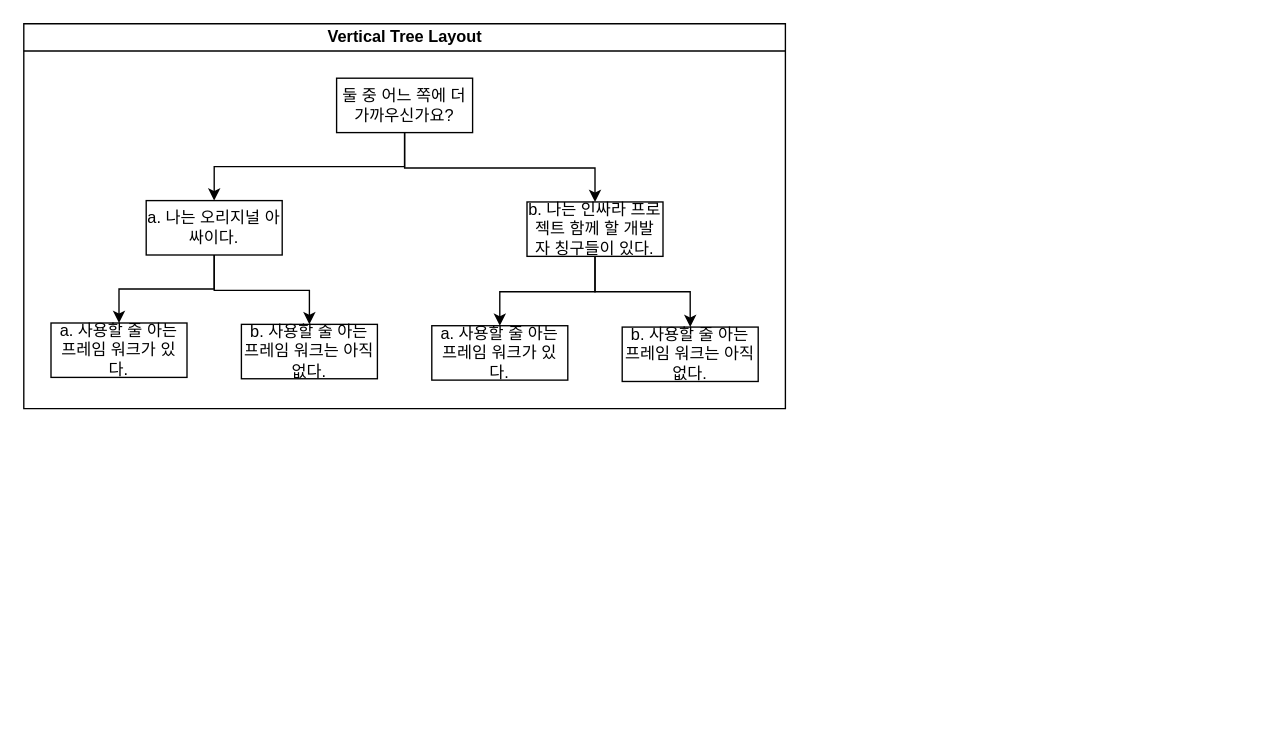
seonjakim/side_project keeps this draw.io diagram as src/question.drawio. Above is the earlier version. Source tidied: cells renumbered, new cells numbered last; positions are measured from the earlier drawing's top-left corner, leaving out a move shared by most shapes. Both pictures are drawn from the tidied source at 136%, with x=0, y=0 at pixel (23, 23).
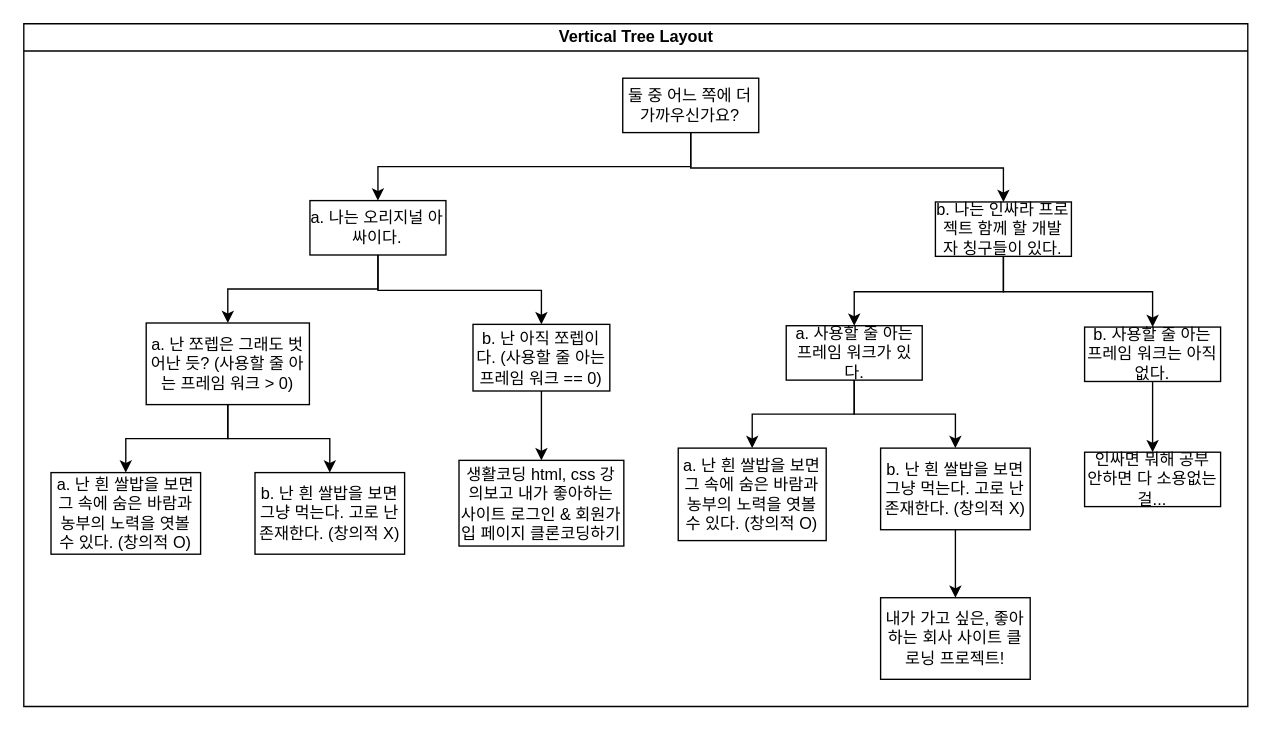
After the change.

The edit, as a diff of the source:
```diff
@@
     <mxCell id="2" value="Vertical Tree Layout" style="swimlane;html=1;startSize=20;horizontal=1;horizontalTree=0;containerType=tree;" parent="1" vertex="1">
-      <mxGeometry width="560" height="283" as="geometry" />
+      <mxGeometry width="900" height="502" as="geometry" />
     </mxCell>
     <mxCell id="3" value="둘 중 어느 쪽에 더 가까우신가요?" style="whiteSpace=wrap;html=1;" parent="2" vertex="1">
-      <mxGeometry x="230" y="40" width="100" height="40" as="geometry" />
+      <mxGeometry x="440.4" y="40" width="100" height="40" as="geometry" />
     </mxCell>
     <mxCell id="4" value="a. 나는 오리지널 아싸이다." style="whiteSpace=wrap;html=1;" parent="2" vertex="1">
-      <mxGeometry x="90" y="130" width="100" height="40" as="geometry" />
+      <mxGeometry x="210.4" y="130" width="100" height="40" as="geometry" />
     </mxCell>
@@
     <mxCell id="6" value="b. 나는 인싸라 프로젝트 함께 할 개발자 칭구들이 있다." style="whiteSpace=wrap;html=1;" parent="2" vertex="1">
-      <mxGeometry x="370" y="131" width="100" height="40" as="geometry" />
+      <mxGeometry x="670.3" y="131" width="100" height="40" as="geometry" />
     </mxCell>
@@
-    <mxCell id="9" value="a. 사용할 줄 아는 프레임 워크가 있다." style="whiteSpace=wrap;html=1;" parent="2" vertex="1">
-      <mxGeometry x="20" y="220" width="100" height="40" as="geometry" />
+    <mxCell id="9" value="a. 난 쪼렙은 그래도 벗어난 듯? (사용할 줄 아는 프레임 워크 &amp;gt; 0)" style="whiteSpace=wrap;html=1;" parent="2" vertex="1">
+      <mxGeometry x="90" y="220" width="120" height="60" as="geometry" />
     </mxCell>
@@
-    <mxCell id="11" value="b. 사용할 줄 아는 프레임 워크는 아직 없다." style="whiteSpace=wrap;html=1;" parent="2" vertex="1">
-      <mxGeometry x="160" y="221" width="100" height="40" as="geometry" />
+    <mxCell id="11" value="b. 난 아직 쪼렙이다. (사용할 줄 아는 프레임 워크 == 0)" style="whiteSpace=wrap;html=1;" parent="2" vertex="1">
+      <mxGeometry x="330.3" y="221" width="100.6" height="49" as="geometry" />
     </mxCell>
@@
     <mxCell id="13" value="a. 사용할 줄 아는 프레임 워크가 있다." style="whiteSpace=wrap;html=1;" parent="2" vertex="1">
-      <mxGeometry x="300" y="222" width="100" height="40" as="geometry" />
+      <mxGeometry x="560.6" y="222" width="100" height="40" as="geometry" />
     </mxCell>
@@
     <mxCell id="15" value="b. 사용할 줄 아는 프레임 워크는 아직 없다." style="whiteSpace=wrap;html=1;" parent="2" vertex="1">
-      <mxGeometry x="440" y="223" width="100" height="40" as="geometry" />
+      <mxGeometry x="780" y="223" width="100" height="40" as="geometry" />
     </mxCell>
+    <mxCell id="16" style="edgeStyle=elbowEdgeStyle;elbow=vertical;html=1;rounded=0;" parent="2" edge="1" source="11" target="17">
+      <mxGeometry relative="1" as="geometry" />
+    </mxCell>
+    <mxCell id="17" value="생활코딩 html, css 강의보고 내가 좋아하는 사이트 로그인 &amp;amp; 회원가입 페이지 클론코딩하기" style="whiteSpace=wrap;html=1;" parent="2" vertex="1">
+      <mxGeometry x="320" y="321" width="121.2" height="63" as="geometry" />
+    </mxCell>
+    <mxCell id="18" style="edgeStyle=elbowEdgeStyle;elbow=vertical;html=1;rounded=0;" parent="2" edge="1" source="9" target="19">
+      <mxGeometry relative="1" as="geometry" />
+    </mxCell>
+    <mxCell id="19" value="a. 난 흰 쌀밥을 보면 그 속에 숨은 바람과 농부의 노력을 엿볼 수 있다. (창의적 O)" style="whiteSpace=wrap;html=1;" parent="2" vertex="1">
+      <mxGeometry x="20" y="330" width="110" height="60" as="geometry" />
+    </mxCell>
+    <mxCell id="20" style="edgeStyle=elbowEdgeStyle;elbow=vertical;html=1;rounded=0;" parent="2" edge="1" source="9" target="21">
+      <mxGeometry relative="1" as="geometry" />
+    </mxCell>
+    <mxCell id="21" value="b. 난 흰 쌀밥을 보면 그냥 먹는다. 고로 난 존재한다. (창의적 X)" style="whiteSpace=wrap;html=1;" parent="2" vertex="1">
+      <mxGeometry x="170" y="330" width="110" height="60" as="geometry" />
+    </mxCell>
+    <mxCell id="22" style="edgeStyle=elbowEdgeStyle;elbow=vertical;html=1;rounded=0;" parent="2" edge="1" source="15" target="23">
+      <mxGeometry relative="1" as="geometry" />
+    </mxCell>
+    <mxCell id="23" value="인싸면 뭐해 공부 안하면 다 소용없는 걸..." style="whiteSpace=wrap;html=1;" parent="2" vertex="1">
+      <mxGeometry x="780" y="315" width="100" height="40" as="geometry" />
+    </mxCell>
+    <mxCell id="24" style="edgeStyle=elbowEdgeStyle;elbow=vertical;html=1;rounded=0;" parent="2" edge="1" source="13" target="25">
+      <mxGeometry relative="1" as="geometry" />
+    </mxCell>
+    <mxCell id="25" value="a. 난 흰 쌀밥을 보면 그 속에 숨은 바람과 농부의 노력을 엿볼 수 있다. (창의적 O)" style="whiteSpace=wrap;html=1;" parent="2" vertex="1">
+      <mxGeometry x="481.2" y="312" width="108.8" height="68" as="geometry" />
+    </mxCell>
+    <mxCell id="26" style="edgeStyle=elbowEdgeStyle;elbow=vertical;html=1;rounded=0;" parent="2" edge="1" source="13" target="27">
+      <mxGeometry relative="1" as="geometry" />
+    </mxCell>
+    <mxCell id="27" value="b. 난 흰 쌀밥을 보면 그냥 먹는다. 고로 난 존재한다. (창의적 X)" style="whiteSpace=wrap;html=1;" parent="2" vertex="1">
+      <mxGeometry x="630" y="312" width="110" height="60" as="geometry" />
+    </mxCell>
+    <mxCell id="28" style="edgeStyle=elbowEdgeStyle;elbow=vertical;html=1;rounded=0;" parent="2" edge="1" source="27" target="29">
+      <mxGeometry relative="1" as="geometry" />
+    </mxCell>
+    <mxCell id="29" value="내가 가고 싶은, 좋아하는 회사 사이트 클로닝 프로젝트!" style="whiteSpace=wrap;html=1;" parent="2" vertex="1">
+      <mxGeometry x="630" y="422" width="110" height="60" as="geometry" />
+    </mxCell>
```
